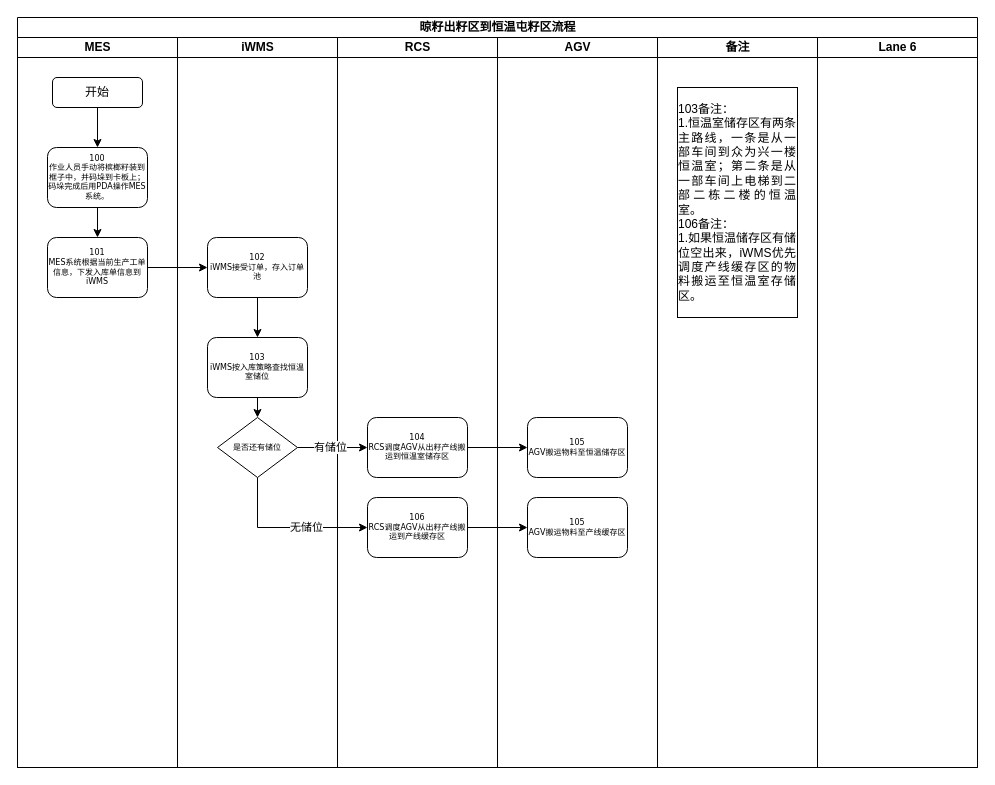
chenyanxi/hosts keeps this draw.io diagram as data/晾籽出籽区到恒温屯籽区流程.drawio. Above is the earlier version. Source tidied: cells renumbered, new cells numbered last; positions are measured from the earlier drawing's top-left corner, leaving out a move shared by most shapes. Both pictures are drawn from the tidied source at 100%, with x=0, y=0 at pixel (17, 17).
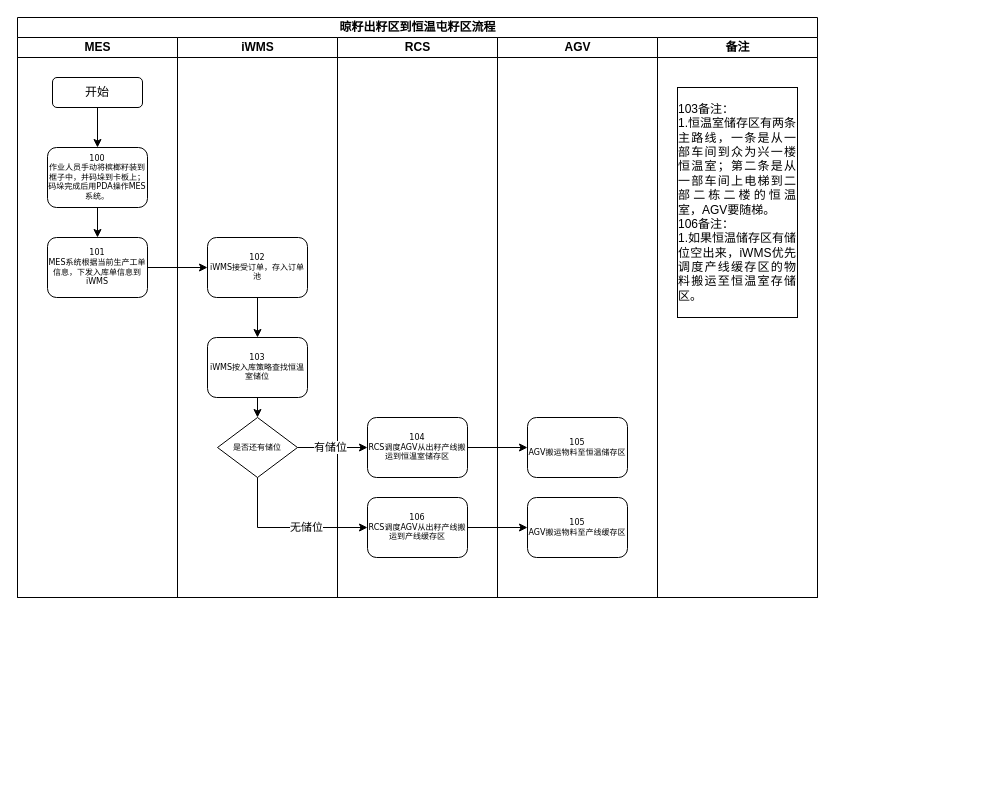
Above is the later version.

Commit message (it also covers changes not shown here):
更新晾籽出籽区到恒温屯籽区流程.drawio

The edit, as a diff of the source:
```diff
@@
     <mxCell id="2" value="&lt;font style=&quot;font-size: 12px;&quot;&gt;晾籽出籽区到恒温屯籽区流程&lt;/font&gt;" style="swimlane;html=1;startSize=20;rounded=0;shadow=0;labelBackgroundColor=none;strokeWidth=1;fontFamily=Verdana;fontSize=8;align=center;" parent="1" vertex="1">
-      <mxGeometry width="960" height="750" as="geometry" />
+      <mxGeometry width="800" height="580" as="geometry" />
     </mxCell>
     <mxCell id="3" value="MES" style="swimlane;html=1;startSize=20;" parent="2" vertex="1">
-      <mxGeometry y="20" width="160" height="730" as="geometry" />
+      <mxGeometry y="20" width="160" height="560" as="geometry" />
     </mxCell>
@@
     <mxCell id="9" value="iWMS" style="swimlane;html=1;startSize=20;" parent="2" vertex="1">
-      <mxGeometry x="160" y="20" width="160" height="730" as="geometry" />
+      <mxGeometry x="160" y="20" width="160" height="560" as="geometry" />
     </mxCell>
@@
     <mxCell id="15" value="RCS" style="swimlane;html=1;startSize=20;" parent="2" vertex="1">
-      <mxGeometry x="320" y="20" width="160" height="730" as="geometry" />
+      <mxGeometry x="320" y="20" width="160" height="560" as="geometry" />
     </mxCell>
@@
     <mxCell id="18" value="AGV" style="swimlane;html=1;startSize=20;" parent="2" vertex="1">
-      <mxGeometry x="480" y="20" width="160" height="730" as="geometry" />
+      <mxGeometry x="480" y="20" width="160" height="560" as="geometry" />
     </mxCell>
@@
     <mxCell id="21" value="备注" style="swimlane;html=1;startSize=20;" parent="2" vertex="1">
-      <mxGeometry x="640" y="20" width="160" height="730" as="geometry" />
+      <mxGeometry x="640" y="20" width="160" height="560" as="geometry" />
     </mxCell>
-    <mxCell id="22" value="&lt;div style=&quot;text-align: justify;&quot;&gt;103备注：&lt;/div&gt;&lt;div style=&quot;text-align: justify;&quot;&gt;1.恒温室储存区有两条主路线，一条是从一部车间到众为兴一楼恒温室；第二条是从一部车间上电梯到二部二栋二楼的恒温室。&lt;/div&gt;&lt;div style=&quot;text-align: justify;&quot;&gt;&lt;span style=&quot;background-color: initial;&quot;&gt;106备注：&lt;/span&gt;&lt;/div&gt;&lt;div style=&quot;text-align: justify;&quot;&gt;1.如果恒温储存区有储位空出来，iWMS优先调度产线缓存区的物料搬运至恒温室存储区。&lt;/div&gt;" style="rounded=0;whiteSpace=wrap;html=1;" parent="21" vertex="1">
+    <mxCell id="22" value="&lt;div style=&quot;text-align: justify;&quot;&gt;103备注：&lt;/div&gt;&lt;div style=&quot;text-align: justify;&quot;&gt;1.恒温室储存区有两条主路线，一条是从一部车间到众为兴一楼恒温室；第二条是从一部车间上电梯到二部二栋二楼的恒温室，AGV要随梯。&lt;/div&gt;&lt;div style=&quot;text-align: justify;&quot;&gt;&lt;span style=&quot;background-color: initial;&quot;&gt;106备注：&lt;/span&gt;&lt;/div&gt;&lt;div style=&quot;text-align: justify;&quot;&gt;1.如果恒温储存区有储位空出来，iWMS优先调度产线缓存区的物料搬运至恒温室存储区。&lt;/div&gt;" style="rounded=0;whiteSpace=wrap;html=1;" parent="21" vertex="1">
       <mxGeometry x="20" y="50" width="120" height="230" as="geometry" />
     </mxCell>
-    <mxCell id="23" value="Lane 6" style="swimlane;html=1;startSize=20;" parent="2" vertex="1">
-      <mxGeometry x="800" y="20" width="160" height="730" as="geometry" />
-    </mxCell>
```
